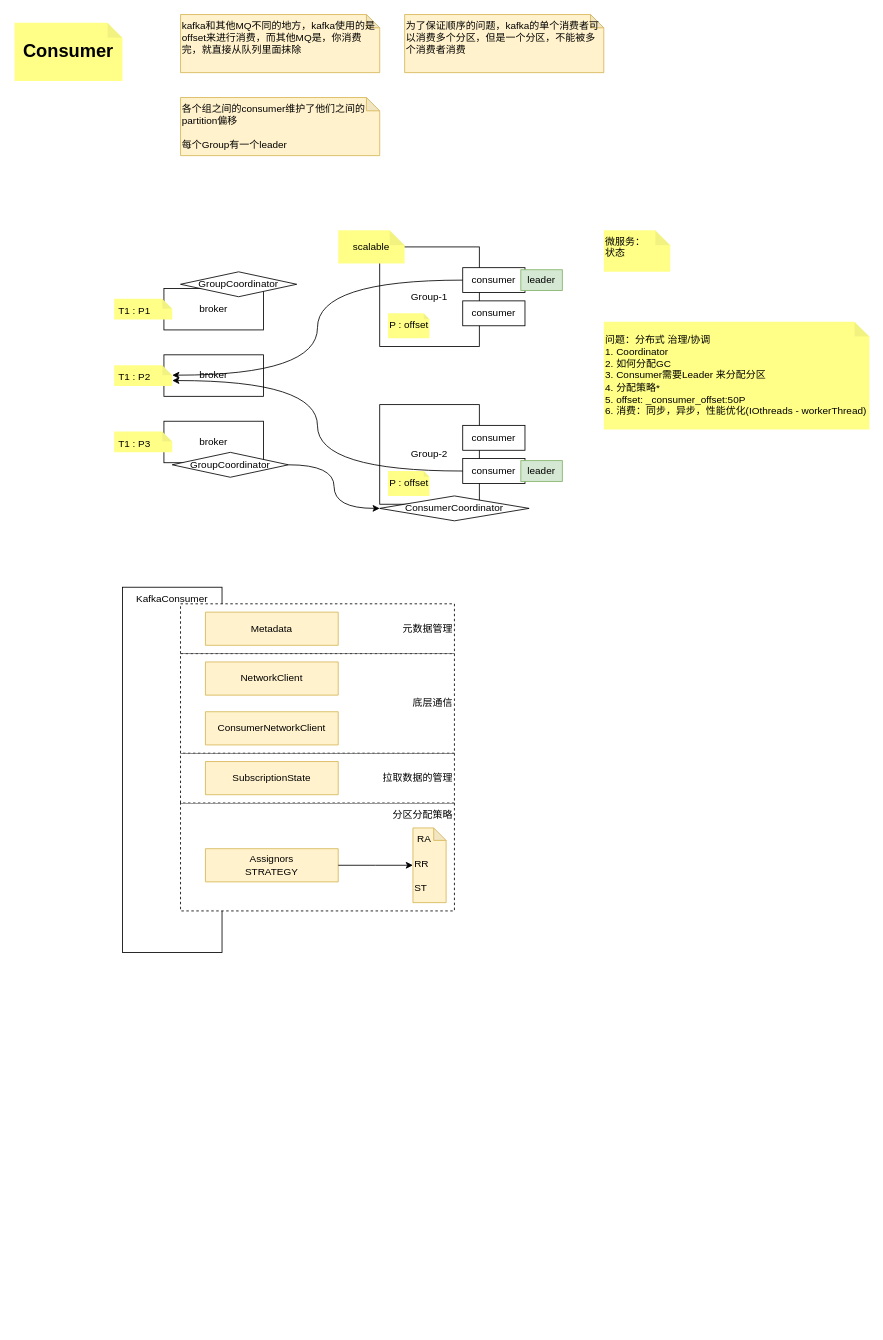
Before: draw/kafka/kafka的consumer.drawio in BxcGit/draw, a draw.io diagram. Source tidied: cells renumbered, new cells numbered last; positions are measured from the earlier drawing's top-left corner, leaving out a move shared by most shapes. Both pictures are drawn from the tidied source at 83%, with x=0, y=0 at pixel (14, 14).
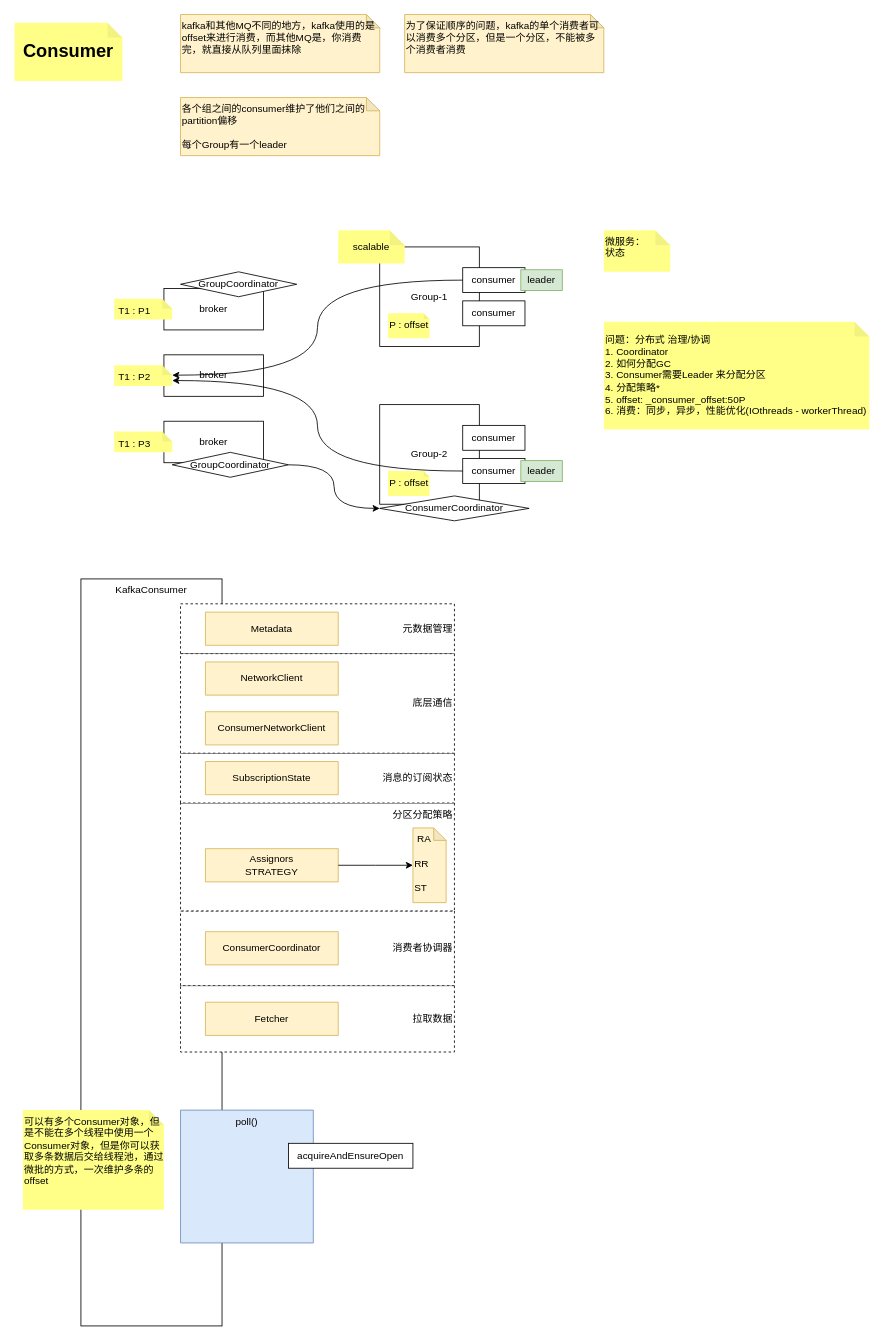
The same diagram, later.

The edit, as a diff of the source:
```diff
@@
     <mxCell id="2" value="KafkaConsumer" style="rounded=0;whiteSpace=wrap;html=1;verticalAlign=top;" parent="1" vertex="1">
-      <mxGeometry x="130" y="690" width="120" height="440" as="geometry" />
+      <mxGeometry x="80" y="680" width="170" height="900" as="geometry" />
     </mxCell>
+    <mxCell id="44" value="拉取数据" style="rounded=0;whiteSpace=wrap;html=1;labelBorderColor=none;dashed=1;align=right;" parent="1" vertex="1">
+      <mxGeometry x="200" y="1170" width="330" height="80" as="geometry" />
+    </mxCell>
+    <mxCell id="45" value="消费者协调器" style="rounded=0;whiteSpace=wrap;html=1;labelBorderColor=none;dashed=1;align=right;" parent="1" vertex="1">
+      <mxGeometry x="200" y="1080" width="330" height="90" as="geometry" />
+    </mxCell>
@@
-    <mxCell id="5" value="拉取数据的管理" style="rounded=0;whiteSpace=wrap;html=1;labelBorderColor=none;dashed=1;align=right;" parent="1" vertex="1">
+    <mxCell id="5" value="消息的订阅状态" style="rounded=0;whiteSpace=wrap;html=1;labelBorderColor=none;dashed=1;align=right;" parent="1" vertex="1">
       <mxGeometry x="200" y="890" width="330" height="60" as="geometry" />
     </mxCell>
@@
+    <mxCell id="46" value="ConsumerCoordinator" style="shape=note;whiteSpace=wrap;html=1;backgroundOutline=1;darkOpacity=0.05;fillColor=#fff2cc;strokeColor=#d6b656;horizontal=1;align=center;verticalAlign=middle;size=0;" parent="1" vertex="1">
+      <mxGeometry x="230" y="1105" width="160" height="40" as="geometry" />
+    </mxCell>
+    <mxCell id="47" value="Fetcher" style="shape=note;whiteSpace=wrap;html=1;backgroundOutline=1;darkOpacity=0.05;fillColor=#fff2cc;strokeColor=#d6b656;horizontal=1;align=center;verticalAlign=middle;size=0;" parent="1" vertex="1">
+      <mxGeometry x="230" y="1190" width="160" height="40" as="geometry" />
+    </mxCell>
+    <mxCell id="48" value="poll()" style="shape=note;whiteSpace=wrap;html=1;backgroundOutline=1;darkOpacity=0.05;fillColor=#dae8fc;strokeColor=#6c8ebf;horizontal=1;align=center;verticalAlign=top;size=0;" parent="1" vertex="1">
+      <mxGeometry x="200" y="1320" width="160" height="160" as="geometry" />
+    </mxCell>
+    <mxCell id="49" value="可以有多个Consumer对象，但是不能在多个线程中使用一个Consumer对象，但是你可以获取多条数据后交给线程池，通过微批的方式，一次维护多条的offset" style="shape=note;whiteSpace=wrap;html=1;backgroundOutline=1;darkOpacity=0.05;fillColor=#ffff88;strokeColor=none;horizontal=1;align=left;verticalAlign=top;size=18;" parent="1" vertex="1">
+      <mxGeometry x="10" y="1320" width="170" height="120" as="geometry" />
+    </mxCell>
+    <mxCell id="50" value="acquireAndEnsureOpen" style="rounded=0;whiteSpace=wrap;html=1;align=center;verticalAlign=middle;" parent="1" vertex="1">
+      <mxGeometry x="330" y="1360" width="150" height="30" as="geometry" />
+    </mxCell>
```
